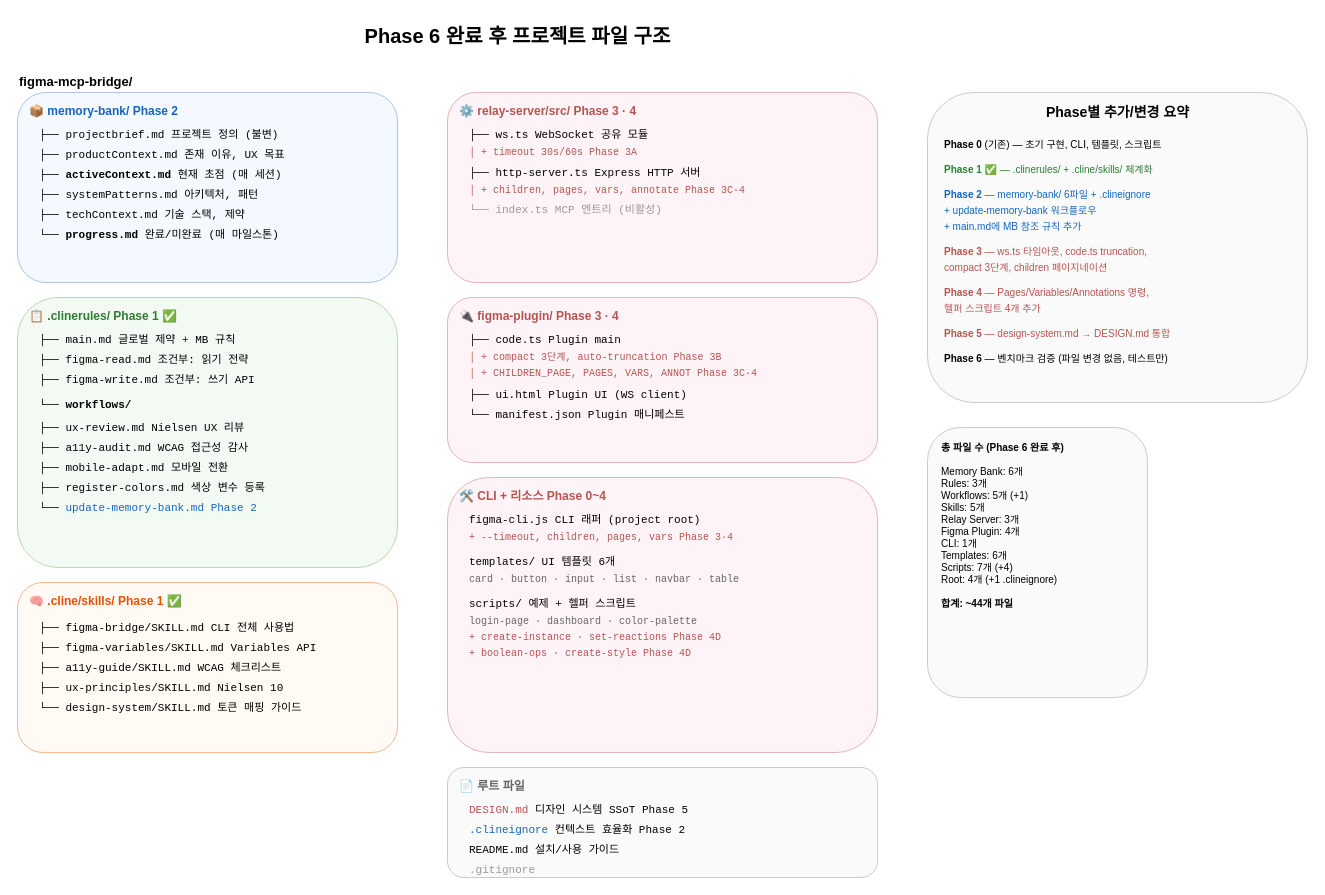
This is page "2. 프로젝트 파일 구조" (2 of 3) of docs/architecture.drawio from Junhyeok-Yi/figma-mcp-bridge, a draw.io file, before an edit. Source tidied: cells renumbered, new cells numbered last; positions are measured from the earlier drawing's top-left corner, leaving out a move shared by most shapes. Both pictures are drawn from the tidied source at 100%, with x=0, y=0 at pixel (17, 17).
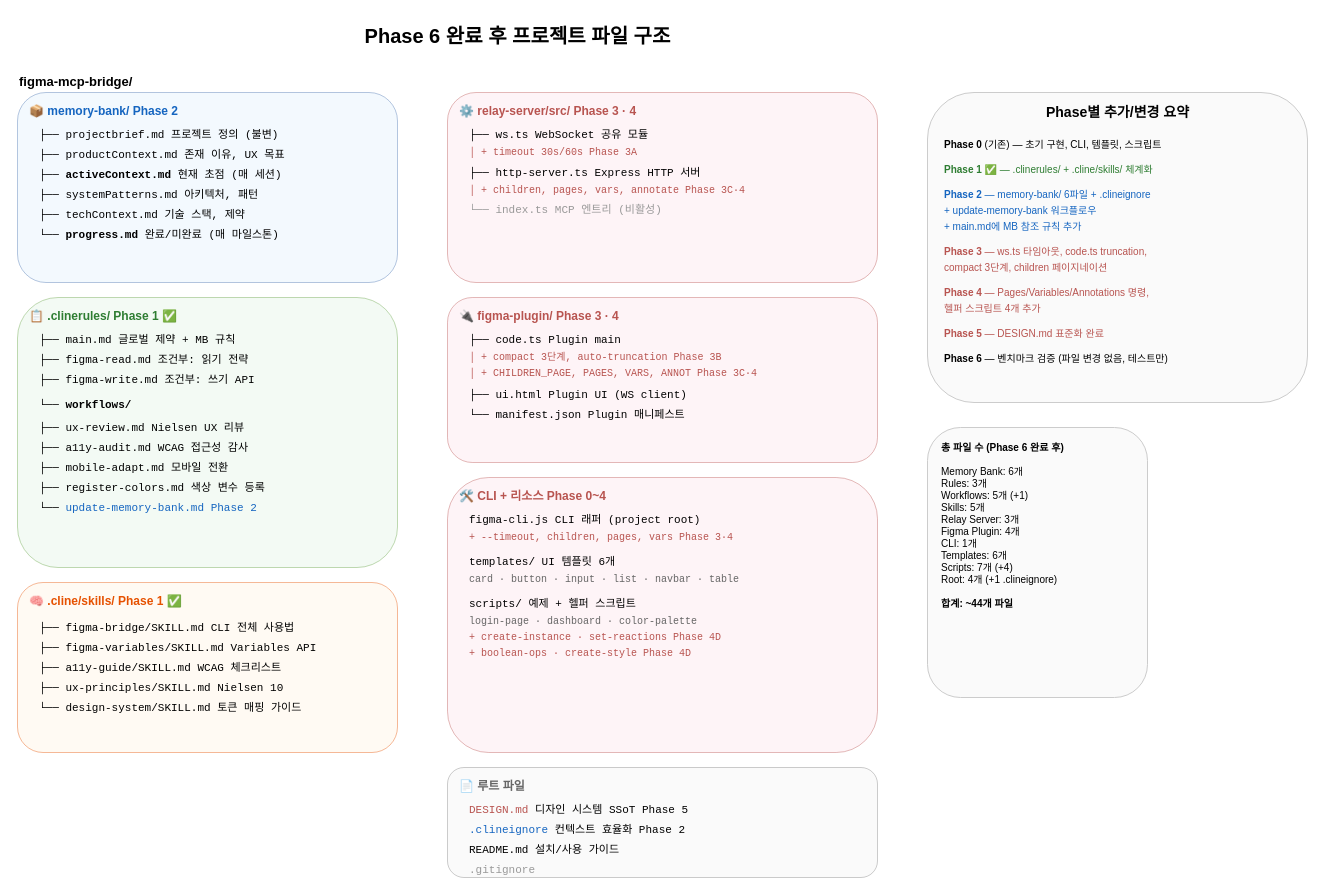
The same diagram, later.

Commit message (it also covers changes not shown here):
feat: Phase 5 DESIGN.md 표준화 — design-system.md 통합

Change to the diagram source:
```diff
@@
-    <mxCell id="71" value="&lt;font color=&quot;#b85450&quot;&gt;&lt;b&gt;Phase 5&lt;/b&gt; — design-system.md → DESIGN.md 통합&lt;/font&gt;" style="text;html=1;fontSize=10;align=left;" parent="1" vertex="1">
+    <mxCell id="71" value="&lt;font color=&quot;#b85450&quot;&gt;&lt;b&gt;Phase 5&lt;/b&gt; — DESIGN.md 표준화 완료&lt;/font&gt;" style="text;html=1;fontSize=10;align=left;" parent="1" vertex="1">
       <mxGeometry x="925" y="304" width="350" height="16" as="geometry" />
     </mxCell>
```
